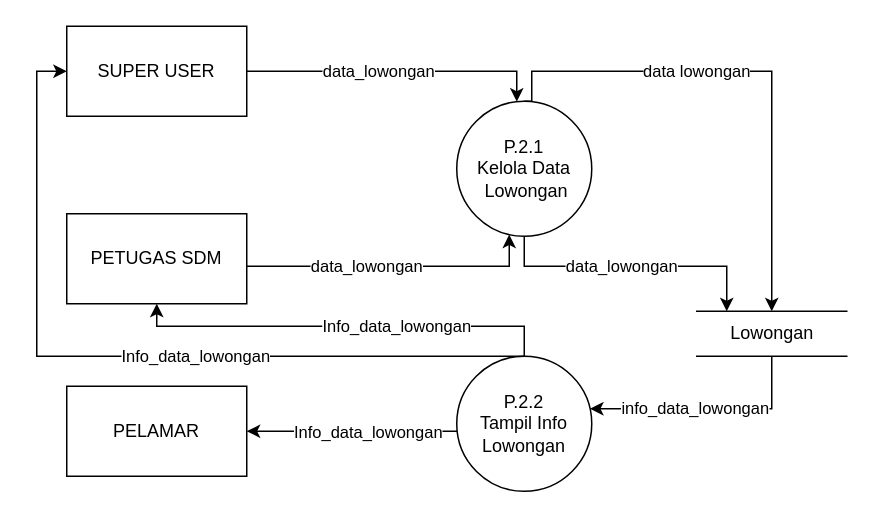
Before: page "DFD P.2" (4 of 7) of DFD v2.drawio in keys2505/tugas-akhir, a draw.io diagram. Source tidied: cells renumbered, new cells numbered last; positions are measured from the earlier drawing's top-left corner, leaving out a move shared by most shapes. Both pictures are drawn from the tidied source at 150%, with x=0, y=0 at pixel (36, 26).
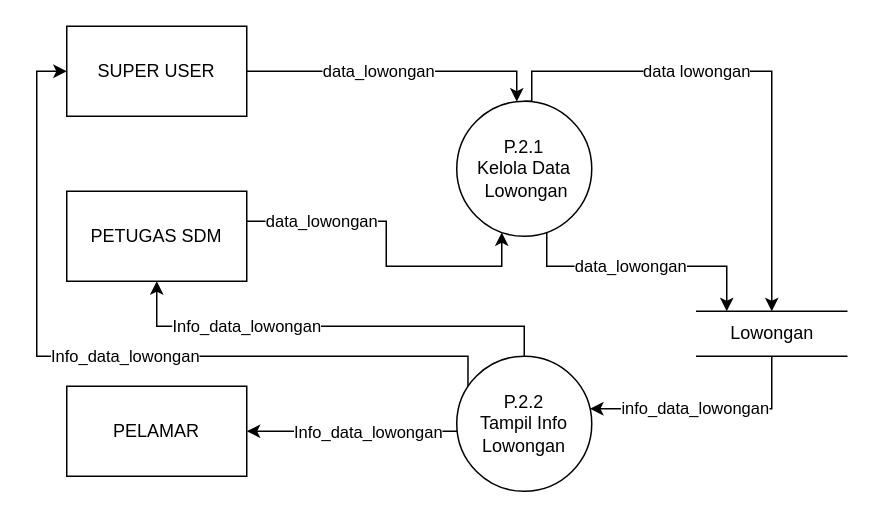
Above is the later version.

The change refers to these unchanged cells:
```xml
<mxCell id="4" value="&lt;div&gt;P.2.1&lt;/div&gt;&lt;div&gt;Kelola Data&lt;/div&gt;&lt;div&gt;&amp;nbsp;Lowongan&lt;br&gt;&lt;/div&gt;" style="ellipse;whiteSpace=wrap;html=1;" parent="1" vertex="1">
  <mxGeometry x="280" y="50" width="90" height="90" as="geometry" />
</mxCell>
<mxCell id="6" value="Lowongan" style="html=1;dashed=0;whitespace=wrap;shape=partialRectangle;right=0;left=0;" parent="1" vertex="1">
  <mxGeometry x="440" y="190" width="100" height="30" as="geometry" />
</mxCell>
<mxCell id="10" value="SUPER USER" style="rounded=0;whiteSpace=wrap;html=1;" parent="1" vertex="1">
  <mxGeometry x="20" width="120" height="60" as="geometry" />
</mxCell>
<mxCell id="16" value="&lt;div&gt;P.2.2&lt;/div&gt;&lt;div&gt;Tampil Info&lt;/div&gt;&lt;div&gt;Lowongan&lt;br&gt;&lt;/div&gt;" style="ellipse;whiteSpace=wrap;html=1;" parent="1" vertex="1">
  <mxGeometry x="280" y="220" width="90" height="90" as="geometry" />
</mxCell>
```

The edit, as a diff of the source:
```diff
@@
-    <mxCell id="2" value="data_lowongan" style="edgeStyle=orthogonalEdgeStyle;rounded=0;jettySize=auto;html=1;exitX=0.5;exitY=1;exitDx=0;exitDy=0;" parent="1" edge="1" source="4" target="6">
+    <mxCell id="2" value="data_lowongan" style="edgeStyle=orthogonalEdgeStyle;rounded=0;jettySize=auto;html=1;" parent="1" edge="1" source="4" target="6">
       <mxGeometry x="-0.08" relative="1" as="geometry">
         <Array as="points">
-          <mxPoint x="325" y="160" />
+          <mxPoint x="340" y="160" />
           <mxPoint x="460" y="160" />
         </Array>
       </mxGeometry>
     </mxCell>
@@
     <mxCell id="7" value="data_lowongan" style="edgeStyle=orthogonalEdgeStyle;rounded=0;jettySize=auto;html=1;" parent="1" edge="1" source="8" target="4">
-      <mxGeometry x="-0.18" relative="1" as="geometry">
+      <mxGeometry x="-0.55" relative="1" as="geometry">
         <Array as="points">
-          <mxPoint x="315" y="160" />
+          <mxPoint x="233" y="130" />
+          <mxPoint x="233" y="160" />
+          <mxPoint x="310" y="160" />
         </Array>
       </mxGeometry>
     </mxCell>
     <mxCell id="8" value="PETUGAS SDM" style="rounded=0;whiteSpace=wrap;html=1;" parent="1" vertex="1">
-      <mxGeometry x="20" y="125" width="120" height="60" as="geometry" />
+      <mxGeometry x="20" y="110" width="120" height="60" as="geometry" />
     </mxCell>
@@
-    <mxCell id="12" value="Info_data_lowongan" style="edgeStyle=orthogonalEdgeStyle;rounded=0;jettySize=auto;html=1;entryX=0;entryY=0.5;entryDx=0;entryDy=0;" parent="1" edge="1" source="16" target="10">
-      <mxGeometry x="-0.18" relative="1" as="geometry">
+    <mxCell id="12" value="Info_data_lowongan" style="edgeStyle=orthogonalEdgeStyle;rounded=0;jettySize=auto;html=1;entryX=0;entryY=0.5;entryDx=0;entryDy=0;exitX=0.083;exitY=0.284;exitDx=0;exitDy=0;exitPerimeter=0;" parent="1" edge="1" source="16" target="10">
+      <mxGeometry x="-0.03" relative="1" as="geometry">
         <Array as="points">
+          <mxPoint x="288" y="220" />
           <mxPoint y="220" />
           <mxPoint y="30" />
         </Array>
       </mxGeometry>
     </mxCell>
     <mxCell id="13" value="&lt;span style=&quot;color: rgb(0, 0, 0); font-family: Helvetica; font-size: 11px; font-style: normal; font-variant-ligatures: normal; font-variant-caps: normal; font-weight: 400; letter-spacing: normal; orphans: 2; text-align: center; text-indent: 0px; text-transform: none; widows: 2; word-spacing: 0px; -webkit-text-stroke-width: 0px; background-color: rgb(255, 255, 255); text-decoration-thickness: initial; text-decoration-style: initial; text-decoration-color: initial; float: none; display: inline !important;&quot;&gt;Info_data_lowongan&lt;/span&gt;&lt;br&gt;" style="edgeStyle=orthogonalEdgeStyle;rounded=0;jettySize=auto;html=1;entryX=0.5;entryY=1;entryDx=0;entryDy=0;" parent="1" edge="1" source="16" target="8">
-      <mxGeometry x="-0.25" relative="1" as="geometry">
+      <mxGeometry x="0.39" relative="1" as="geometry">
         <Array as="points">
           <mxPoint x="325" y="200" />
           <mxPoint x="80" y="200" />
         </Array>
       </mxGeometry>
     </mxCell>
```
